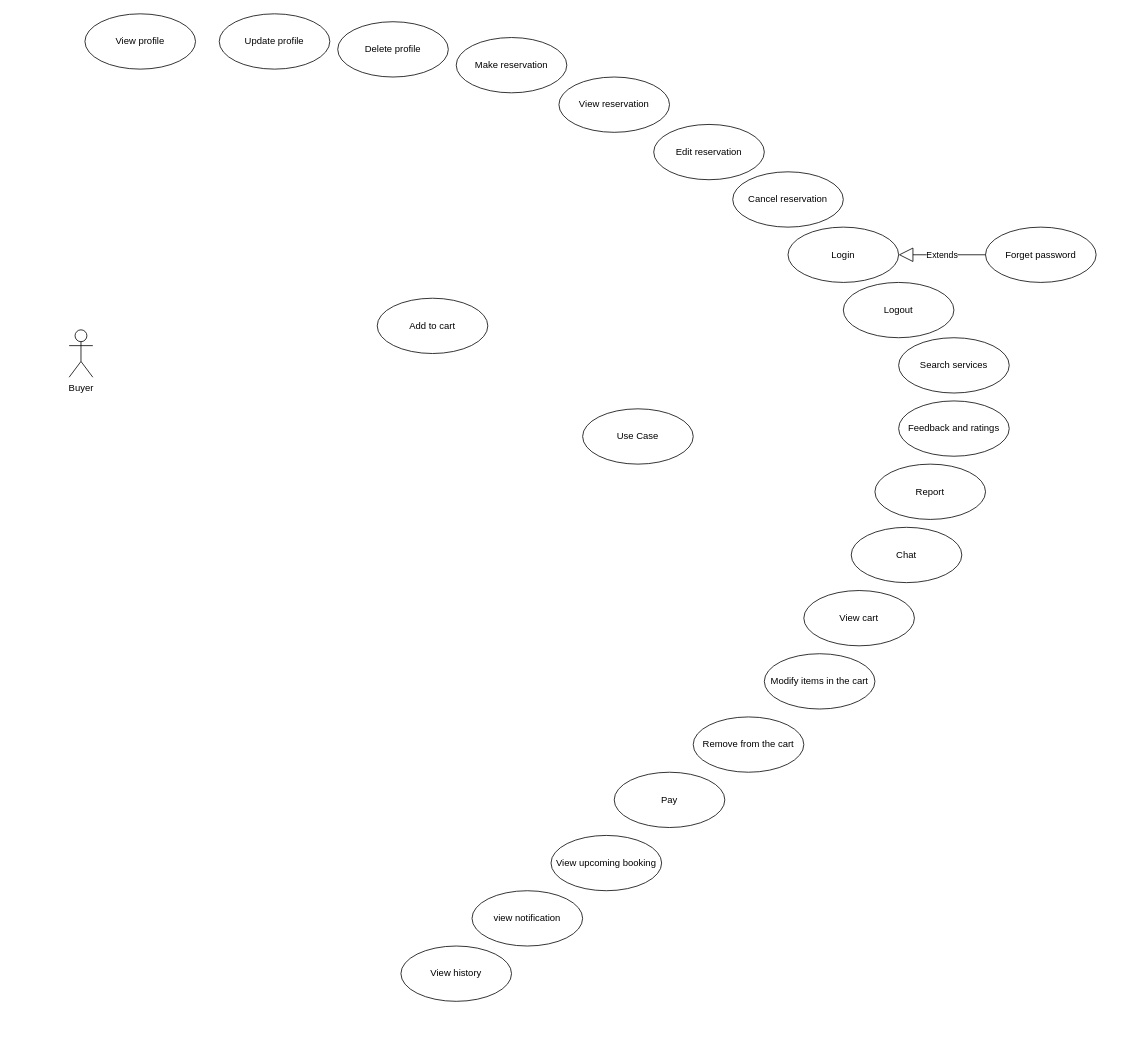
Earlier version of the draw.io diagram Untitled Diagram.drawio (Dinirubanuka/FP-Labsheet2-21000212). Source tidied: cells renumbered, new cells numbered last; positions are measured from the earlier drawing's top-left corner, leaving out a move shared by most shapes. Both pictures are drawn from the tidied source at 79%, with x=0, y=0 at pixel (69, 13).
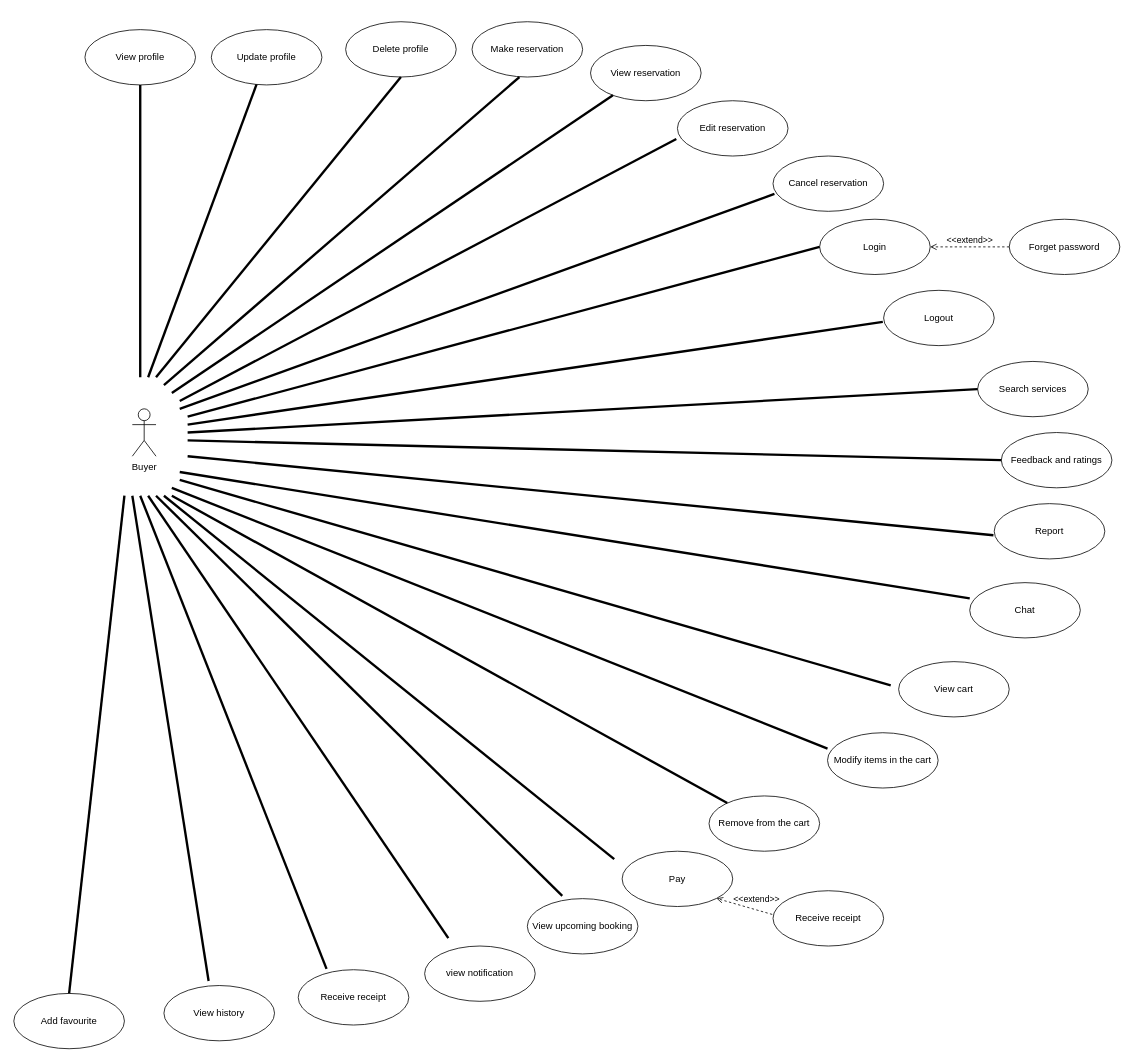
Above is the later version.

Diff of the diagram source:
```diff
@@
     <mxCell id="2" value="Buyer" style="shape=umlActor;verticalLabelPosition=bottom;verticalAlign=top;html=1;" parent="1" vertex="1">
-      <mxGeometry y="400" width="30" height="60" as="geometry" />
+      <mxGeometry x="80" y="500" width="30" height="60" as="geometry" />
     </mxCell>
     <mxCell id="3" value="View profile" style="ellipse;whiteSpace=wrap;html=1;" parent="1" vertex="1">
-      <mxGeometry x="20" width="140" height="70" as="geometry" />
+      <mxGeometry x="20" y="20" width="140" height="70" as="geometry" />
     </mxCell>
     <mxCell id="4" value="Update profile" style="ellipse;whiteSpace=wrap;html=1;" parent="1" vertex="1">
-      <mxGeometry x="190" width="140" height="70" as="geometry" />
+      <mxGeometry x="180" y="20" width="140" height="70" as="geometry" />
     </mxCell>
     <mxCell id="5" value="Delete profile" style="ellipse;whiteSpace=wrap;html=1;" parent="1" vertex="1">
-      <mxGeometry x="340" y="10" width="140" height="70" as="geometry" />
+      <mxGeometry x="350" y="10" width="140" height="70" as="geometry" />
     </mxCell>
     <mxCell id="6" value="Make reservation" style="ellipse;whiteSpace=wrap;html=1;" parent="1" vertex="1">
-      <mxGeometry x="490" y="30" width="140" height="70" as="geometry" />
+      <mxGeometry x="510" y="10" width="140" height="70" as="geometry" />
     </mxCell>
     <mxCell id="7" value="View upcoming booking" style="ellipse;whiteSpace=wrap;html=1;" parent="1" vertex="1">
-      <mxGeometry x="610" y="1040" width="140" height="70" as="geometry" />
+      <mxGeometry x="580" y="1120" width="140" height="70" as="geometry" />
     </mxCell>
     <mxCell id="8" value="Cancel reservation" style="ellipse;whiteSpace=wrap;html=1;" parent="1" vertex="1">
-      <mxGeometry x="840" y="200" width="140" height="70" as="geometry" />
+      <mxGeometry x="891" y="180" width="140" height="70" as="geometry" />
     </mxCell>
     <mxCell id="9" value="View reservation" style="ellipse;whiteSpace=wrap;html=1;" parent="1" vertex="1">
-      <mxGeometry x="620" y="80" width="140" height="70" as="geometry" />
+      <mxGeometry x="660" y="40" width="140" height="70" as="geometry" />
     </mxCell>
     <mxCell id="10" value="Edit reservation" style="ellipse;whiteSpace=wrap;html=1;" parent="1" vertex="1">
-      <mxGeometry x="740" y="140" width="140" height="70" as="geometry" />
+      <mxGeometry x="770" y="110" width="140" height="70" as="geometry" />
     </mxCell>
     <mxCell id="11" value="Search services&lt;br&gt;" style="ellipse;whiteSpace=wrap;html=1;" parent="1" vertex="1">
-      <mxGeometry x="1050" y="410" width="140" height="70" as="geometry" />
+      <mxGeometry x="1150" y="440" width="140" height="70" as="geometry" />
     </mxCell>
     <mxCell id="12" value="View history&lt;br&gt;" style="ellipse;whiteSpace=wrap;html=1;" parent="1" vertex="1">
-      <mxGeometry x="420" y="1180" width="140" height="70" as="geometry" />
+      <mxGeometry x="120" y="1230" width="140" height="70" as="geometry" />
     </mxCell>
     <mxCell id="13" value="Pay" style="ellipse;whiteSpace=wrap;html=1;" parent="1" vertex="1">
-      <mxGeometry x="690" y="960" width="140" height="70" as="geometry" />
+      <mxGeometry x="700" y="1060" width="140" height="70" as="geometry" />
     </mxCell>
     <mxCell id="14" value="view notification&lt;br&gt;" style="ellipse;whiteSpace=wrap;html=1;" parent="1" vertex="1">
-      <mxGeometry x="510" y="1110" width="140" height="70" as="geometry" />
+      <mxGeometry x="450" y="1180" width="140" height="70" as="geometry" />
     </mxCell>
     <mxCell id="15" value="Feedback and ratings&lt;br&gt;" style="ellipse;whiteSpace=wrap;html=1;" parent="1" vertex="1">
-      <mxGeometry x="1050" y="490" width="140" height="70" as="geometry" />
+      <mxGeometry x="1180" y="530" width="140" height="70" as="geometry" />
     </mxCell>
     <mxCell id="16" value="Report&lt;br&gt;" style="ellipse;whiteSpace=wrap;html=1;" parent="1" vertex="1">
-      <mxGeometry x="1020" y="570" width="140" height="70" as="geometry" />
+      <mxGeometry x="1171" y="620" width="140" height="70" as="geometry" />
     </mxCell>
     <mxCell id="17" value="Logout" style="ellipse;whiteSpace=wrap;html=1;" parent="1" vertex="1">
-      <mxGeometry x="980" y="340" width="140" height="70" as="geometry" />
+      <mxGeometry x="1031" y="350" width="140" height="70" as="geometry" />
     </mxCell>
     <mxCell id="18" value="Chat" style="ellipse;whiteSpace=wrap;html=1;" parent="1" vertex="1">
-      <mxGeometry x="990" y="650" width="140" height="70" as="geometry" />
+      <mxGeometry x="1140" y="720" width="140" height="70" as="geometry" />
     </mxCell>
     <mxCell id="19" value="Login" style="ellipse;whiteSpace=wrap;html=1;" parent="1" vertex="1">
-      <mxGeometry x="910" y="270" width="140" height="70" as="geometry" />
+      <mxGeometry x="950" y="260" width="140" height="70" as="geometry" />
     </mxCell>
     <mxCell id="20" value="Forget password&lt;br&gt;" style="ellipse;whiteSpace=wrap;html=1;" parent="1" vertex="1">
-      <mxGeometry x="1160" y="270" width="140" height="70" as="geometry" />
+      <mxGeometry x="1190" y="260" width="140" height="70" as="geometry" />
     </mxCell>
-    <mxCell id="21" value="Extends" style="endArrow=block;endSize=16;endFill=0;html=1;rounded=0;entryX=1;entryY=0.5;entryDx=0;entryDy=0;exitX=0;exitY=0.5;exitDx=0;exitDy=0;" parent="1" edge="1" source="20" target="19">
-      <mxGeometry relative="1" as="geometry" />
-    </mxCell>
-    <mxCell id="22" value="Use Case" style="ellipse;whiteSpace=wrap;html=1;" parent="1" vertex="1">
-      <mxGeometry x="650" y="500" width="140" height="70" as="geometry" />
+    <mxCell id="22" value="Receive receipt&lt;br&gt;" style="ellipse;whiteSpace=wrap;html=1;" parent="1" vertex="1">
+      <mxGeometry x="290" y="1210" width="140" height="70" as="geometry" />
     </mxCell>
     <mxCell id="23" value="View cart" style="ellipse;whiteSpace=wrap;html=1;" parent="1" vertex="1">
-      <mxGeometry x="930" y="730" width="140" height="70" as="geometry" />
+      <mxGeometry x="1050" y="820" width="140" height="70" as="geometry" />
     </mxCell>
     <mxCell id="24" value="Modify items in the cart" style="ellipse;whiteSpace=wrap;html=1;" parent="1" vertex="1">
-      <mxGeometry x="880" y="810" width="140" height="70" as="geometry" />
+      <mxGeometry x="960" y="910" width="140" height="70" as="geometry" />
     </mxCell>
-    <mxCell id="25" value="Add to cart" style="ellipse;whiteSpace=wrap;html=1;" parent="1" vertex="1">
-      <mxGeometry x="390" y="360" width="140" height="70" as="geometry" />
+    <mxCell id="25" value="Add favourite" style="ellipse;whiteSpace=wrap;html=1;" parent="1" vertex="1">
+      <mxGeometry x="-70" y="1240" width="140" height="70" as="geometry" />
     </mxCell>
     <mxCell id="26" value="Remove from the cart" style="ellipse;whiteSpace=wrap;html=1;" parent="1" vertex="1">
-      <mxGeometry x="790" y="890" width="140" height="70" as="geometry" />
+      <mxGeometry x="810" y="990" width="140" height="70" as="geometry" />
     </mxCell>
+    <mxCell id="27" style="endArrow=none;startArrow=none;endFill=0;startFill=0;endSize=8;html=1;verticalAlign=bottom;labelBackgroundColor=none;strokeWidth=3;rounded=0;entryX=0.5;entryY=1;entryDx=0;entryDy=0;" parent="1" edge="1" target="3">
+      <mxGeometry relative="1" as="geometry">
+        <mxPoint x="90" y="460" as="sourcePoint" />
+      </mxGeometry>
+    </mxCell>
+    <mxCell id="28" style="endArrow=none;startArrow=none;endFill=0;startFill=0;endSize=8;html=1;verticalAlign=bottom;labelBackgroundColor=none;strokeWidth=3;rounded=0;" parent="1" edge="1" target="4">
+      <mxGeometry relative="1" as="geometry">
+        <mxPoint x="100" y="460" as="sourcePoint" />
+      </mxGeometry>
+    </mxCell>
+    <mxCell id="29" style="endArrow=none;startArrow=none;endFill=0;startFill=0;endSize=8;html=1;verticalAlign=bottom;labelBackgroundColor=none;strokeWidth=3;rounded=0;entryX=0.5;entryY=1;entryDx=0;entryDy=0;" parent="1" edge="1" target="5">
+      <mxGeometry relative="1" as="geometry">
+        <mxPoint x="110" y="460" as="sourcePoint" />
+      </mxGeometry>
+    </mxCell>
+    <mxCell id="30" style="endArrow=none;startArrow=none;endFill=0;startFill=0;endSize=8;html=1;verticalAlign=bottom;labelBackgroundColor=none;strokeWidth=3;rounded=0;" parent="1" edge="1">
+      <mxGeometry relative="1" as="geometry">
+        <mxPoint x="120" y="470" as="sourcePoint" />
+        <mxPoint x="570" y="80" as="targetPoint" />
+      </mxGeometry>
+    </mxCell>
+    <mxCell id="31" style="endArrow=none;startArrow=none;endFill=0;startFill=0;endSize=8;html=1;verticalAlign=bottom;labelBackgroundColor=none;strokeWidth=3;rounded=0;" parent="1" edge="1" target="9">
+      <mxGeometry relative="1" as="geometry">
+        <mxPoint x="130" y="480" as="sourcePoint" />
+      </mxGeometry>
+    </mxCell>
+    <mxCell id="32" style="endArrow=none;startArrow=none;endFill=0;startFill=0;endSize=8;html=1;verticalAlign=bottom;labelBackgroundColor=none;strokeWidth=3;rounded=0;entryX=-0.01;entryY=0.692;entryDx=0;entryDy=0;entryPerimeter=0;" parent="1" edge="1" target="10">
+      <mxGeometry relative="1" as="geometry">
+        <mxPoint x="140" y="490" as="sourcePoint" />
+      </mxGeometry>
+    </mxCell>
+    <mxCell id="33" style="endArrow=none;startArrow=none;endFill=0;startFill=0;endSize=8;html=1;verticalAlign=bottom;labelBackgroundColor=none;strokeWidth=3;rounded=0;entryX=0.013;entryY=0.685;entryDx=0;entryDy=0;entryPerimeter=0;" parent="1" edge="1" target="8">
+      <mxGeometry relative="1" as="geometry">
+        <mxPoint x="140" y="500" as="sourcePoint" />
+      </mxGeometry>
+    </mxCell>
+    <mxCell id="34" style="endArrow=none;startArrow=none;endFill=0;startFill=0;endSize=8;html=1;verticalAlign=bottom;labelBackgroundColor=none;strokeWidth=3;rounded=0;entryX=0;entryY=0.5;entryDx=0;entryDy=0;" parent="1" edge="1" target="19">
+      <mxGeometry relative="1" as="geometry">
+        <mxPoint x="150" y="510" as="sourcePoint" />
+      </mxGeometry>
+    </mxCell>
+    <mxCell id="35" style="endArrow=none;startArrow=none;endFill=0;startFill=0;endSize=8;html=1;verticalAlign=bottom;labelBackgroundColor=none;strokeWidth=3;rounded=0;" parent="1" edge="1">
+      <mxGeometry relative="1" as="geometry">
+        <mxPoint x="150" y="520" as="sourcePoint" />
+        <mxPoint x="1030" y="390" as="targetPoint" />
+      </mxGeometry>
+    </mxCell>
+    <mxCell id="36" style="endArrow=none;startArrow=none;endFill=0;startFill=0;endSize=8;html=1;verticalAlign=bottom;labelBackgroundColor=none;strokeWidth=3;rounded=0;entryX=0;entryY=0.5;entryDx=0;entryDy=0;" parent="1" edge="1" target="11">
+      <mxGeometry relative="1" as="geometry">
+        <mxPoint x="150" y="530" as="sourcePoint" />
+      </mxGeometry>
+    </mxCell>
+    <mxCell id="37" style="endArrow=none;startArrow=none;endFill=0;startFill=0;endSize=8;html=1;verticalAlign=bottom;labelBackgroundColor=none;strokeWidth=3;rounded=0;entryX=0;entryY=0.5;entryDx=0;entryDy=0;" parent="1" edge="1" target="15">
+      <mxGeometry relative="1" as="geometry">
+        <mxPoint x="150" y="540" as="sourcePoint" />
+      </mxGeometry>
+    </mxCell>
+    <mxCell id="38" style="endArrow=none;startArrow=none;endFill=0;startFill=0;endSize=8;html=1;verticalAlign=bottom;labelBackgroundColor=none;strokeWidth=3;rounded=0;" parent="1" edge="1">
+      <mxGeometry relative="1" as="geometry">
+        <mxPoint x="150" y="560" as="sourcePoint" />
+        <mxPoint x="1170" y="660" as="targetPoint" />
+      </mxGeometry>
+    </mxCell>
+    <mxCell id="39" style="endArrow=none;startArrow=none;endFill=0;startFill=0;endSize=8;html=1;verticalAlign=bottom;labelBackgroundColor=none;strokeWidth=3;rounded=0;entryX=0;entryY=0.286;entryDx=0;entryDy=0;entryPerimeter=0;" parent="1" edge="1" target="18">
+      <mxGeometry relative="1" as="geometry">
+        <mxPoint x="140" y="580" as="sourcePoint" />
+      </mxGeometry>
+    </mxCell>
+    <mxCell id="40" style="endArrow=none;startArrow=none;endFill=0;startFill=0;endSize=8;html=1;verticalAlign=bottom;labelBackgroundColor=none;strokeWidth=3;rounded=0;" parent="1" edge="1">
+      <mxGeometry relative="1" as="geometry">
+        <mxPoint x="140" y="590" as="sourcePoint" />
+        <mxPoint x="1040" y="850" as="targetPoint" />
+      </mxGeometry>
+    </mxCell>
+    <mxCell id="41" style="endArrow=none;startArrow=none;endFill=0;startFill=0;endSize=8;html=1;verticalAlign=bottom;labelBackgroundColor=none;strokeWidth=3;rounded=0;entryX=0.5;entryY=0;entryDx=0;entryDy=0;" parent="1" edge="1" target="25">
+      <mxGeometry relative="1" as="geometry">
+        <mxPoint x="70" y="610" as="sourcePoint" />
+      </mxGeometry>
+    </mxCell>
+    <mxCell id="42" style="endArrow=none;startArrow=none;endFill=0;startFill=0;endSize=8;html=1;verticalAlign=bottom;labelBackgroundColor=none;strokeWidth=3;rounded=0;entryX=0.404;entryY=-0.082;entryDx=0;entryDy=0;entryPerimeter=0;" parent="1" edge="1" target="12">
+      <mxGeometry relative="1" as="geometry">
+        <mxPoint x="80" y="610" as="sourcePoint" />
+      </mxGeometry>
+    </mxCell>
+    <mxCell id="43" style="endArrow=none;startArrow=none;endFill=0;startFill=0;endSize=8;html=1;verticalAlign=bottom;labelBackgroundColor=none;strokeWidth=3;rounded=0;entryX=0.256;entryY=-0.016;entryDx=0;entryDy=0;entryPerimeter=0;" parent="1" edge="1" target="22">
+      <mxGeometry relative="1" as="geometry">
+        <mxPoint x="90" y="610" as="sourcePoint" />
+      </mxGeometry>
+    </mxCell>
+    <mxCell id="44" style="endArrow=none;startArrow=none;endFill=0;startFill=0;endSize=8;html=1;verticalAlign=bottom;labelBackgroundColor=none;strokeWidth=3;rounded=0;" parent="1" edge="1">
+      <mxGeometry relative="1" as="geometry">
+        <mxPoint x="100" y="610" as="sourcePoint" />
+        <mxPoint x="480" y="1170" as="targetPoint" />
+      </mxGeometry>
+    </mxCell>
+    <mxCell id="45" style="endArrow=none;startArrow=none;endFill=0;startFill=0;endSize=8;html=1;verticalAlign=bottom;labelBackgroundColor=none;strokeWidth=3;rounded=0;entryX=0.316;entryY=-0.049;entryDx=0;entryDy=0;entryPerimeter=0;" parent="1" edge="1" target="7">
+      <mxGeometry relative="1" as="geometry">
+        <mxPoint x="110" y="610" as="sourcePoint" />
+      </mxGeometry>
+    </mxCell>
+    <mxCell id="46" style="endArrow=none;startArrow=none;endFill=0;startFill=0;endSize=8;html=1;verticalAlign=bottom;labelBackgroundColor=none;strokeWidth=3;rounded=0;" parent="1" edge="1">
+      <mxGeometry relative="1" as="geometry">
+        <mxPoint x="120" y="610" as="sourcePoint" />
+        <mxPoint x="690" y="1070" as="targetPoint" />
+      </mxGeometry>
+    </mxCell>
+    <mxCell id="47" style="endArrow=none;startArrow=none;endFill=0;startFill=0;endSize=8;html=1;verticalAlign=bottom;labelBackgroundColor=none;strokeWidth=3;rounded=0;" parent="1" edge="1" target="26">
+      <mxGeometry relative="1" as="geometry">
+        <mxPoint x="130" y="610" as="sourcePoint" />
+      </mxGeometry>
+    </mxCell>
+    <mxCell id="48" style="endArrow=none;startArrow=none;endFill=0;startFill=0;endSize=8;html=1;verticalAlign=bottom;labelBackgroundColor=none;strokeWidth=3;rounded=0;entryX=0;entryY=0.286;entryDx=0;entryDy=0;entryPerimeter=0;" parent="1" edge="1" target="24">
+      <mxGeometry relative="1" as="geometry">
+        <mxPoint x="130" y="600" as="sourcePoint" />
+      </mxGeometry>
+    </mxCell>
+    <mxCell id="49" value="Receive receipt&lt;br&gt;" style="ellipse;whiteSpace=wrap;html=1;" parent="1" vertex="1">
+      <mxGeometry x="891" y="1110" width="140" height="70" as="geometry" />
+    </mxCell>
+    <mxCell id="50" value="&amp;lt;&amp;lt;extend&amp;gt;&amp;gt;" style="html=1;verticalAlign=bottom;labelBackgroundColor=none;endArrow=open;endFill=0;dashed=1;rounded=0;entryX=1;entryY=1;entryDx=0;entryDy=0;" parent="1" edge="1" target="13">
+      <mxGeometry x="-0.4" y="-4" relative="1" as="geometry">
+        <mxPoint x="890" y="1140" as="sourcePoint" />
+      </mxGeometry>
+    </mxCell>
+    <mxCell id="21" value="&amp;lt;&amp;lt;extend&amp;gt;&amp;gt;" style="html=1;verticalAlign=bottom;labelBackgroundColor=none;endArrow=open;endFill=0;dashed=1;rounded=0;entryX=1;entryY=0.5;entryDx=0;entryDy=0;exitX=0;exitY=0.5;exitDx=0;exitDy=0;" parent="1" edge="1" source="20" target="19">
+      <mxGeometry relative="1" as="geometry" />
+    </mxCell>
```
